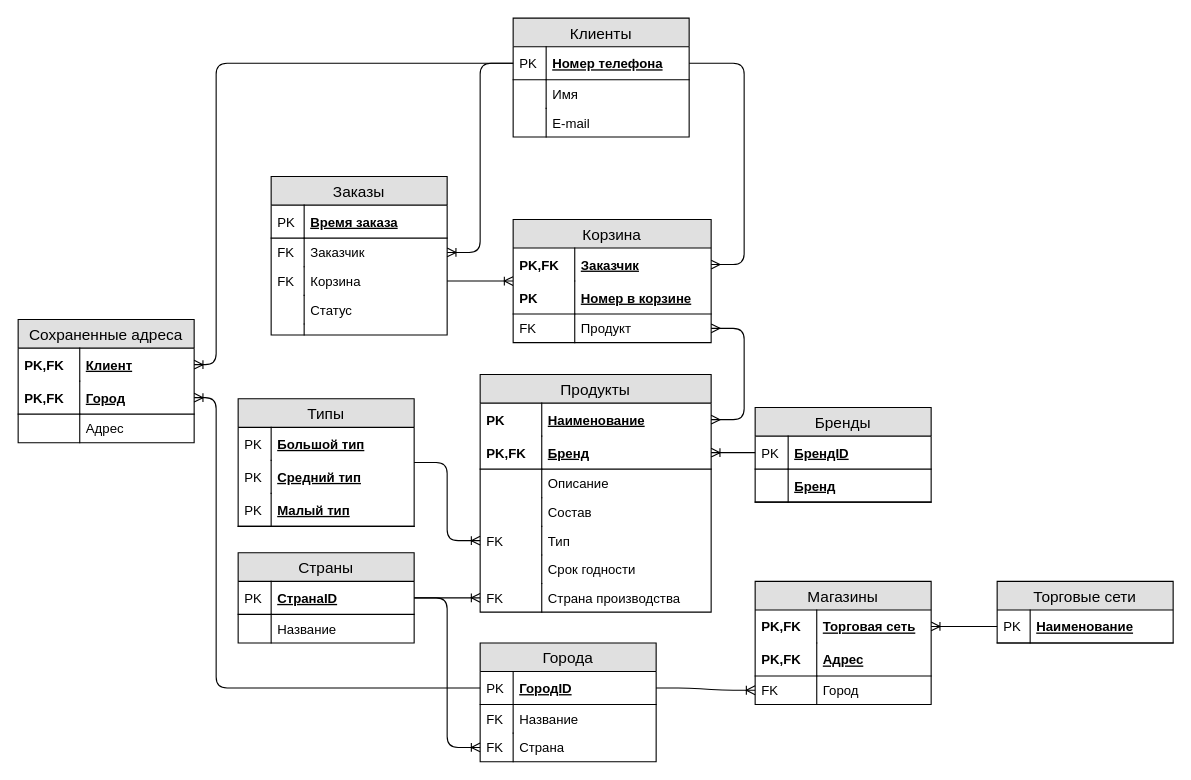
kaktusss123/0_git_basics keeps this draw.io diagram as СУБД.drawio. Above is the earlier version. Source tidied: cells renumbered, new cells numbered last; positions are measured from the earlier drawing's top-left corner, leaving out a move shared by most shapes. Both pictures are drawn from the tidied source at 110%, with x=0, y=0 at pixel (18, 18).
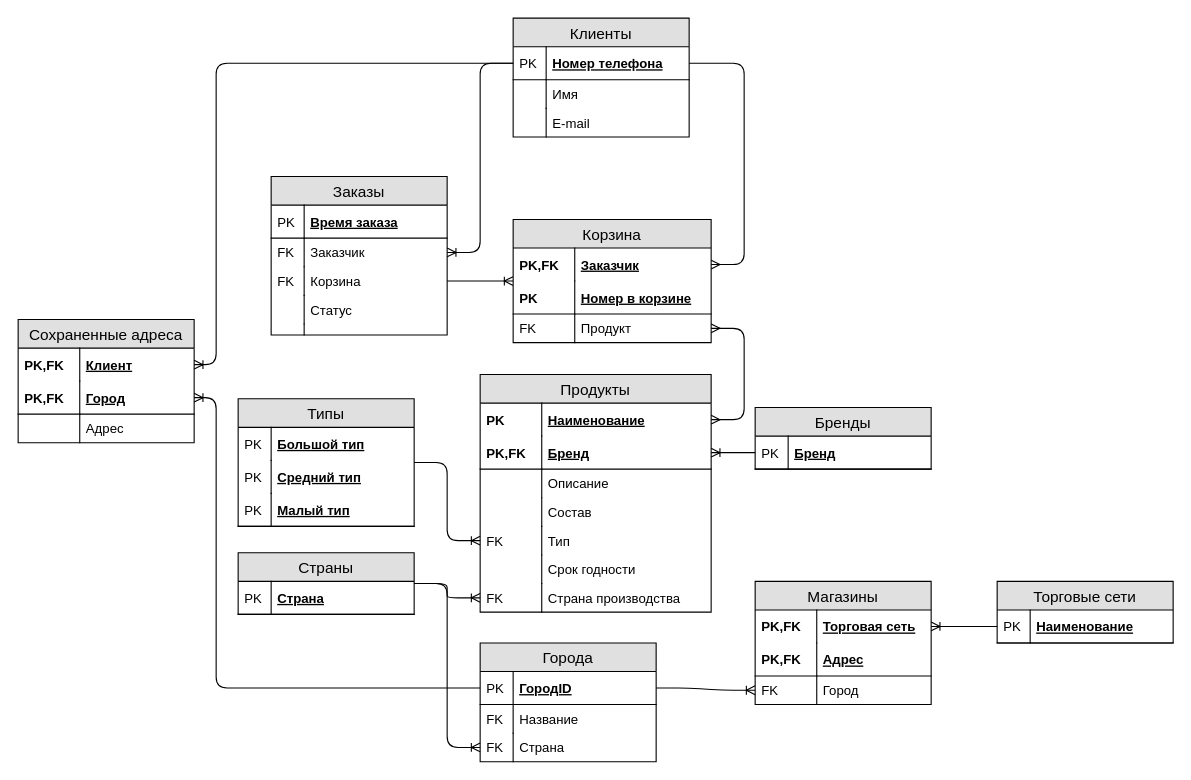
After the change.

The edit, as a diff of the source:
```diff
@@
     <mxCell id="17" value="Страны" style="swimlane;fontStyle=0;horizontal=1;startSize=26;fillColor=#e0e0e0;swimlaneFillColor=#ffffff;align=center;fontSize=14;strokeColor=#000000;" parent="1" vertex="1">
-      <mxGeometry x="200" y="486" width="160" height="82" as="geometry" />
+      <mxGeometry x="200" y="486" width="160" height="56" as="geometry" />
     </mxCell>
-    <mxCell id="18" value="СтранаID" style="shape=partialRectangle;top=0;left=0;right=0;bottom=1;align=left;verticalAlign=middle;fillColor=none;spacingLeft=34;spacingRight=4;overflow=hidden;fontStyle=5;fontSize=12;" parent="17" vertex="1">
+    <mxCell id="18" value="Страна" style="shape=partialRectangle;top=0;left=0;right=0;bottom=1;align=left;verticalAlign=middle;fillColor=none;spacingLeft=34;spacingRight=4;overflow=hidden;fontStyle=5;fontSize=12;" parent="17" vertex="1">
       <mxGeometry y="26" width="160" height="30" as="geometry" />
     </mxCell>
@@
-    <mxCell id="20" value="Название" style="shape=partialRectangle;top=0;left=0;right=0;bottom=0;align=left;verticalAlign=top;fillColor=none;spacingLeft=34;spacingRight=4;overflow=hidden;fontSize=12;" parent="17" vertex="1">
-      <mxGeometry y="56" width="160" height="26" as="geometry" />
-    </mxCell>
-    <mxCell id="21" style="shape=partialRectangle;top=0;left=0;bottom=0;fillColor=none;align=left;verticalAlign=top;spacingLeft=4;spacingRight=4;overflow=hidden;fontSize=12;" parent="20" vertex="1">
-      <mxGeometry width="30" height="26" as="geometry" />
-    </mxCell>
@@
     <mxCell id="51" value="Бренды" style="swimlane;fontStyle=0;horizontal=1;startSize=26;fillColor=#e0e0e0;swimlaneFillColor=#ffffff;align=center;fontSize=14;strokeColor=#000000;" parent="1" vertex="1">
-      <mxGeometry x="670" y="354" width="160" height="86" as="geometry" />
+      <mxGeometry x="670" y="354" width="160" height="56" as="geometry" />
     </mxCell>
-    <mxCell id="52" value="БрендID" style="shape=partialRectangle;top=0;left=0;right=0;bottom=1;align=left;verticalAlign=middle;fillColor=none;spacingLeft=34;spacingRight=4;overflow=hidden;points=[[0,0.5],[1,0.5]];portConstraint=eastwest;fontStyle=5;fontSize=12;" parent="51" vertex="1">
+    <mxCell id="52" value="Бренд" style="shape=partialRectangle;top=0;left=0;right=0;bottom=1;align=left;verticalAlign=middle;fillColor=none;spacingLeft=34;spacingRight=4;overflow=hidden;points=[[0,0.5],[1,0.5]];portConstraint=eastwest;fontStyle=5;fontSize=12;" parent="51" vertex="1">
       <mxGeometry y="26" width="160" height="30" as="geometry" />
     </mxCell>
@@
-    <mxCell id="54" value="Бренд" style="shape=partialRectangle;top=0;left=0;right=0;bottom=1;align=left;verticalAlign=middle;fillColor=none;spacingLeft=34;spacingRight=4;overflow=hidden;fontStyle=5;fontSize=12;" parent="51" vertex="1">
-      <mxGeometry y="56" width="160" height="30" as="geometry" />
-    </mxCell>
-    <mxCell id="55" style="shape=partialRectangle;top=0;left=0;bottom=0;fillColor=none;align=left;verticalAlign=middle;spacingLeft=4;spacingRight=4;overflow=hidden;fontSize=12;" parent="54" vertex="1">
-      <mxGeometry width="30" height="30" as="geometry" />
-    </mxCell>
```
